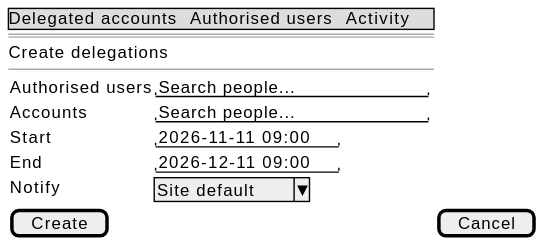
Above: docs/en/technical/requirements/use-cases/createDelegations/wireframes.svg in didactika/moodle-local_delegateaccount (PlantUML), before the change. The source it was exported from:
```plantuml
@startsalt
{
  {* Delegated accounts | Authorised users | Activity }
  ==
  Create delegations
  --
  {
    Authorised users | "Search people...        "
    Accounts | "Search people...        "
    Start | "2026-11-11 09:00"
    End | "2026-12-11 09:00"
    Notify | ^Site default^
  }
  [ Create ] | [ Cancel ]
}
@endsalt
```
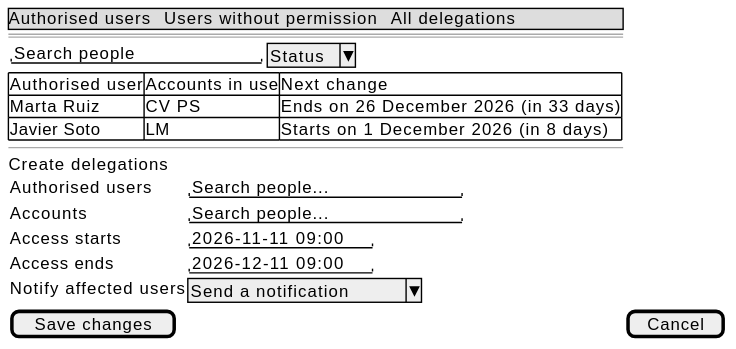
After the commit.

The edit, as a diff of the source:
```diff
@@ -1,16 +1,22 @@
 @startsalt
 {
-  {* Delegated accounts | Authorised users | Activity }
+  {* Authorised users | Users without permission | All delegations }
   ==
+  { "Search people         " | ^Status^ }
+  {#
+    Authorised user | Accounts in use | Next change
+    Marta Ruiz | CV  PS | Ends on 26 December 2026 (in 33 days)
+    Javier Soto | LM | Starts on 1 December 2026 (in 8 days)
+  }
+  --
   Create delegations
-  --
   {
     Authorised users | "Search people...        "
     Accounts | "Search people...        "
-    Start | "2026-11-11 09:00"
-    End | "2026-12-11 09:00"
-    Notify | ^Site default^
+    Access starts | "2026-11-11 09:00"
+    Access ends | "2026-12-11 09:00"
+    Notify affected users | ^Send a notification^
   }
-  [ Create ] | [ Cancel ]
+  [ Save changes ] | [ Cancel ]
 }
 @endsalt
```
